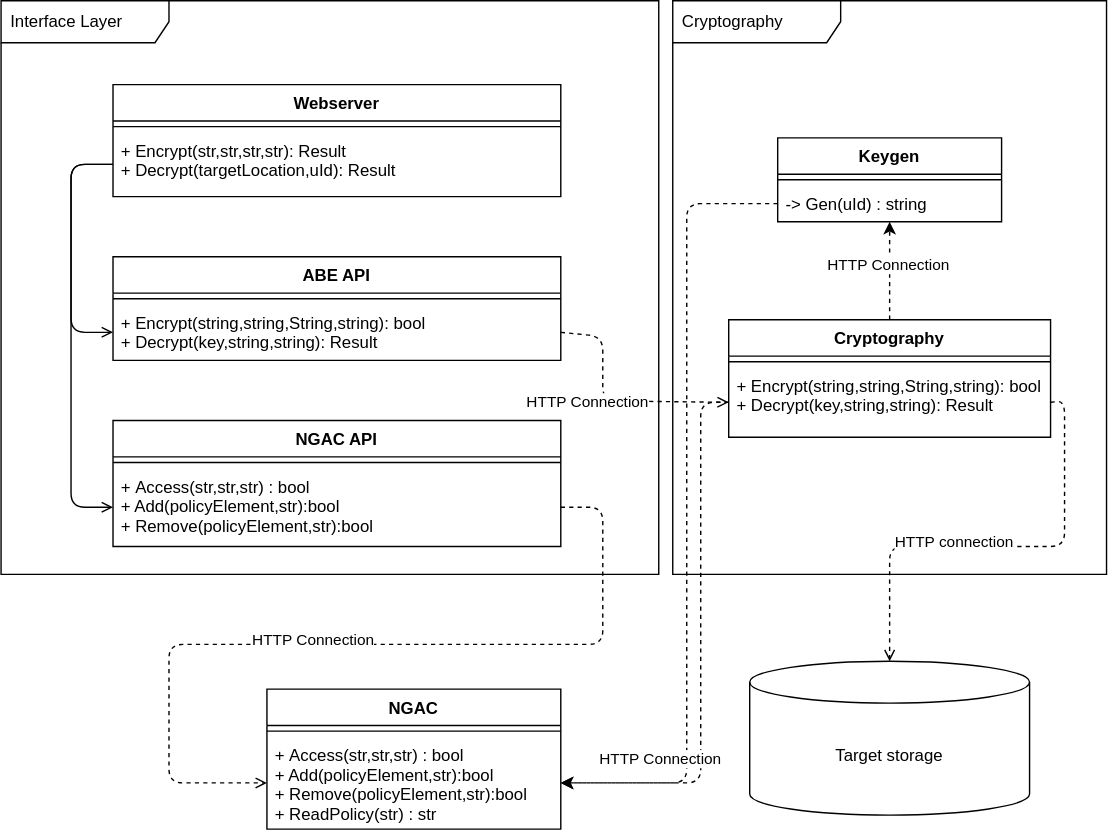
Before: docs/design/system/system_design.drawio.svg, a diagram exported from draw.io (ivajon/NGAC_ABE). Source tidied: cells renumbered, new cells last; positions are measured from the earlier drawing's top-left corner, leaving out a move shared by most shapes.
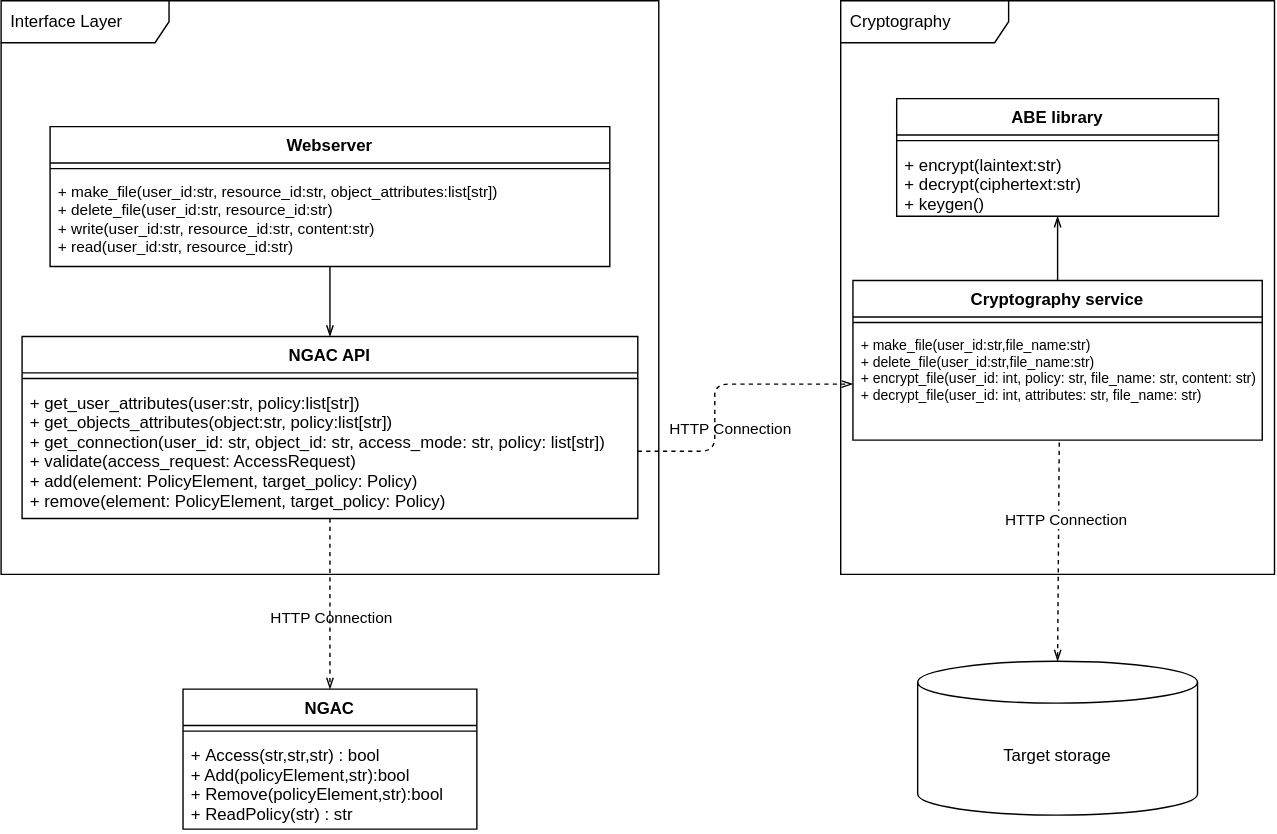
Later version of the same file.

The edit, as a diff of the source:
```diff
@@ -3,67 +3,52 @@
     <mxCell id="0" />
     <mxCell id="1" parent="0" />
     <mxCell id="2" value="Interface Layer" style="shape=umlFrame;whiteSpace=wrap;html=1;width=120;height=30;boundedLbl=1;verticalAlign=middle;align=left;spacingLeft=5;" parent="1" vertex="1">
-      <mxGeometry width="470" height="410" as="geometry" />
+      <mxGeometry x="100" y="68" width="470" height="410" as="geometry" />
     </mxCell>
+    <mxCell id="36" style="edgeStyle=none;html=1;exitX=0.5;exitY=1;exitDx=0;exitDy=0;entryX=0.5;entryY=0;entryDx=0;entryDy=0;fontSize=11;endArrow=openThin;endFill=0;" parent="1" edge="1" source="3" target="6">
+      <mxGeometry relative="1" as="geometry" />
+    </mxCell>
     <mxCell id="3" value="Webserver" style="swimlane;fontStyle=1;align=center;verticalAlign=top;horizontal=1;startSize=26;" parent="1" vertex="1">
-      <mxGeometry x="80" y="60" width="320" height="80" as="geometry" />
+      <mxGeometry x="135" y="158" width="400" height="100" as="geometry" />
     </mxCell>
-    <mxCell id="4" style="line;strokeWidth=1;fillColor=none;align=left;verticalAlign=middle;spacingTop=-1;spacingLeft=3;spacingRight=3;labelPosition=right;" parent="3" vertex="1">
-      <mxGeometry y="26" width="320" height="8" as="geometry" />
-    </mxCell>
-    <mxCell id="5" value="+ Encrypt(str,str,str,str): Result&#10;+ Decrypt(targetLocation,uId): Result" style="text;strokeColor=none;fillColor=none;align=left;verticalAlign=top;spacingLeft=4;spacingRight=4;overflow=hidden;points=[[0,0.5],[1,0.5]];portConstraint=eastwest;" parent="3" vertex="1">
-      <mxGeometry y="34" width="320" height="46" as="geometry" />
-    </mxCell>
+    <mxCell id="37" style="line;strokeWidth=1;fillColor=none;align=left;verticalAlign=middle;spacingTop=-1;spacingLeft=3;spacingRight=3;labelPosition=right;" parent="3" vertex="1">
+      <mxGeometry y="26" width="400" height="8" as="geometry" />
+    </mxCell>
+    <mxCell id="38" value="+ make_file(user_id:str, resource_id:str, object_attributes:list[str])&#10;+ delete_file(user_id:str, resource_id:str)&#10;+ write(user_id:str, resource_id:str, content:str)&#10;+ read(user_id:str, resource_id:str)" style="text;strokeColor=none;fillColor=none;align=left;verticalAlign=top;spacingLeft=4;spacingRight=4;overflow=hidden;fontSize=11;" parent="3" vertex="1">
+      <mxGeometry y="34" width="400" height="66" as="geometry" />
+    </mxCell>
     <mxCell id="6" value="NGAC API" style="swimlane;fontStyle=1;align=center;verticalAlign=top;horizontal=1;startSize=26;" parent="1" vertex="1">
-      <mxGeometry x="80" y="300" width="320" height="90" as="geometry" />
+      <mxGeometry x="115" y="308" width="440" height="130" as="geometry" />
     </mxCell>
-    <mxCell id="7" style="line;strokeWidth=1;fillColor=none;align=left;verticalAlign=middle;spacingTop=-1;spacingLeft=3;spacingRight=3;labelPosition=right;" parent="6" vertex="1">
-      <mxGeometry y="26" width="320" height="8" as="geometry" />
-    </mxCell>
-    <mxCell id="8" value="+ Access(str,str,str) : bool&#10;+ Add(policyElement,str):bool&#10;+ Remove(policyElement,str):bool&#10;" style="text;strokeColor=none;fillColor=none;align=left;verticalAlign=top;spacingLeft=4;spacingRight=4;overflow=hidden;points=[[0,0.5],[1,0.5]];portConstraint=eastwest;" parent="6" vertex="1">
-      <mxGeometry y="34" width="320" height="56" as="geometry" />
-    </mxCell>
-    <mxCell id="9" value="ABE API" style="swimlane;fontStyle=1;align=center;verticalAlign=top;horizontal=1;startSize=26;" parent="1" vertex="1">
-      <mxGeometry x="80" y="183" width="320" height="74" as="geometry" />
-    </mxCell>
-    <mxCell id="10" style="line;strokeWidth=1;fillColor=none;align=left;verticalAlign=middle;spacingTop=-1;spacingLeft=3;spacingRight=3;labelPosition=right;" parent="9" vertex="1">
-      <mxGeometry y="26" width="320" height="8" as="geometry" />
-    </mxCell>
-    <mxCell id="11" value="+ Encrypt(string,string,String,string): bool&#10;+ Decrypt(key,string,string): Result" style="text;strokeColor=none;fillColor=none;align=left;verticalAlign=top;spacingLeft=4;spacingRight=4;overflow=hidden;points=[[0,0.5],[1,0.5]];portConstraint=eastwest;" parent="9" vertex="1">
-      <mxGeometry y="34" width="320" height="40" as="geometry" />
-    </mxCell>
+    <mxCell id="39" style="line;strokeWidth=1;fillColor=none;align=left;verticalAlign=middle;spacingTop=-1;spacingLeft=3;spacingRight=3;labelPosition=right;" parent="6" vertex="1">
+      <mxGeometry y="26" width="440" height="8" as="geometry" />
+    </mxCell>
+    <mxCell id="40" value="+ get_user_attributes(user:str, policy:list[str])&#10;+ get_objects_attributes(object:str, policy:list[str])&#10;+ get_connection(user_id: str, object_id: str, access_mode: str, policy: list[str])&#10;+ validate(access_request: AccessRequest)&#10;+ add(element: PolicyElement, target_policy: Policy)&#10;+ remove(element: PolicyElement, target_policy: Policy)" style="text;strokeColor=none;fillColor=none;align=left;verticalAlign=top;spacingLeft=4;spacingRight=4;overflow=hidden;points=[[0,0.5],[1,0.5]];portConstraint=eastwest;" parent="6" vertex="1">
+      <mxGeometry y="34" width="440" height="96" as="geometry" />
+    </mxCell>
     <mxCell id="12" value="Cryptography" style="shape=umlFrame;whiteSpace=wrap;html=1;width=120;height=30;boundedLbl=1;verticalAlign=middle;align=left;spacingLeft=5;" parent="1" vertex="1">
-      <mxGeometry x="480" width="310" height="410" as="geometry" />
+      <mxGeometry x="700" y="68" width="310" height="410" as="geometry" />
     </mxCell>
     <mxCell id="13" value="&lt;span&gt;Target storage&lt;/span&gt;" style="shape=cylinder3;whiteSpace=wrap;html=1;boundedLbl=1;backgroundOutline=1;size=15;" parent="1" vertex="1">
-      <mxGeometry x="535" y="472" width="200" height="110" as="geometry" />
+      <mxGeometry x="755" y="540" width="200" height="110" as="geometry" />
     </mxCell>
-    <mxCell id="14" value="Keygen" style="swimlane;fontStyle=1;align=center;verticalAlign=top;horizontal=1;startSize=26;" parent="1" vertex="1">
-      <mxGeometry x="555" y="98" width="160" height="60" as="geometry" />
-    </mxCell>
-    <mxCell id="15" style="line;strokeWidth=1;fillColor=none;align=left;verticalAlign=middle;spacingTop=-1;spacingLeft=3;spacingRight=3;labelPosition=right;" parent="14" vertex="1">
-      <mxGeometry y="26" width="160" height="8" as="geometry" />
-    </mxCell>
-    <mxCell id="16" value="-&gt; Gen(uId) : string" style="text;strokeColor=none;fillColor=none;align=left;verticalAlign=top;spacingLeft=4;spacingRight=4;overflow=hidden;points=[[0,0.5],[1,0.5]];portConstraint=eastwest;" parent="14" vertex="1">
-      <mxGeometry y="34" width="160" height="26" as="geometry" />
-    </mxCell>
-    <mxCell id="17" style="edgeStyle=none;html=1;exitX=0.5;exitY=0;exitDx=0;exitDy=0;entryX=0.5;entryY=1;entryDx=0;entryDy=0;dashed=1;" parent="1" edge="1" source="19" target="14">
-      <mxGeometry relative="1" as="geometry" />
-    </mxCell>
-    <mxCell id="18" value="HTTP Connection" style="edgeLabel;html=1;align=center;verticalAlign=middle;" parent="17" vertex="1">
-      <mxGeometry x="0.11" y="1" relative="1" as="geometry" />
-    </mxCell>
-    <mxCell id="19" value="Cryptography" style="swimlane;fontStyle=1;align=center;verticalAlign=top;horizontal=1;startSize=26;" parent="1" vertex="1">
-      <mxGeometry x="520" y="228" width="230" height="84" as="geometry" />
-    </mxCell>
-    <mxCell id="20" style="line;strokeWidth=1;fillColor=none;align=left;verticalAlign=middle;spacingTop=-1;spacingLeft=3;spacingRight=3;labelPosition=right;" parent="19" vertex="1">
-      <mxGeometry y="26" width="230" height="8" as="geometry" />
-    </mxCell>
-    <mxCell id="21" value="+ Encrypt(string,string,String,string): bool&#10;+ Decrypt(key,string,string): Result" style="text;strokeColor=none;fillColor=none;align=left;verticalAlign=top;spacingLeft=4;spacingRight=4;overflow=hidden;points=[[0,0.5],[1,0.5]];portConstraint=eastwest;" parent="19" vertex="1">
-      <mxGeometry y="34" width="230" height="50" as="geometry" />
-    </mxCell>
+    <mxCell id="41" style="edgeStyle=none;html=1;entryX=0.5;entryY=0;entryDx=0;entryDy=0;entryPerimeter=0;dashed=1;endArrow=openThin;endFill=0;exitX=0.504;exitY=1.021;exitDx=0;exitDy=0;exitPerimeter=0;" parent="1" edge="1" source="45" target="13">
+      <mxGeometry relative="1" as="geometry" />
+    </mxCell>
+    <mxCell id="42" style="edgeStyle=none;html=1;exitX=0.5;exitY=0;exitDx=0;exitDy=0;entryX=0.5;entryY=1;entryDx=0;entryDy=0;endArrow=openThin;endFill=0;" parent="1" edge="1" source="43" target="49">
+      <mxGeometry relative="1" as="geometry" />
+    </mxCell>
+    <mxCell id="43" value="Cryptography service" style="swimlane;fontStyle=1;align=center;verticalAlign=top;horizontal=1;startSize=26;" parent="1" vertex="1">
+      <mxGeometry x="708.8" y="268" width="292.5" height="114" as="geometry" />
+    </mxCell>
+    <mxCell id="44" style="line;strokeWidth=1;fillColor=none;align=left;verticalAlign=middle;spacingTop=-1;spacingLeft=3;spacingRight=3;labelPosition=right;" parent="43" vertex="1">
+      <mxGeometry y="26" width="292.5" height="8" as="geometry" />
+    </mxCell>
+    <mxCell id="45" value="+ make_file(user_id:str,file_name:str)&#10;+ delete_file(user_id:str,file_name:str)&#10;+ encrypt_file(user_id: int, policy: str, file_name: str, content: str)&#10;+ decrypt_file(user_id: int, attributes: str, file_name: str)" style="text;strokeColor=none;fillColor=none;align=left;verticalAlign=top;spacingLeft=4;spacingRight=4;overflow=hidden;points=[[0,0.5],[1,0.5]];portConstraint=eastwest;fontSize=10;" parent="43" vertex="1">
+      <mxGeometry y="34" width="292.5" height="80" as="geometry" />
+    </mxCell>
     <mxCell id="22" value="NGAC" style="swimlane;fontStyle=1;align=center;verticalAlign=top;horizontal=1;startSize=26;" parent="1" vertex="1">
-      <mxGeometry x="190" y="492" width="210" height="100" as="geometry" />
+      <mxGeometry x="230" y="560" width="210" height="100" as="geometry" />
     </mxCell>
     <mxCell id="23" style="line;strokeWidth=1;fillColor=none;align=left;verticalAlign=middle;spacingTop=-1;spacingLeft=3;spacingRight=3;labelPosition=right;" parent="22" vertex="1">
       <mxGeometry y="26" width="210" height="8" as="geometry" />
@@ -71,83 +56,35 @@
     <mxCell id="24" value="+ Access(str,str,str) : bool&#10;+ Add(policyElement,str):bool&#10;+ Remove(policyElement,str):bool&#10;+ ReadPolicy(str) : str&#10;" style="text;strokeColor=none;fillColor=none;align=left;verticalAlign=top;spacingLeft=4;spacingRight=4;overflow=hidden;points=[[0,0.5],[1,0.5]];portConstraint=eastwest;" parent="22" vertex="1">
       <mxGeometry y="34" width="210" height="66" as="geometry" />
     </mxCell>
-    <mxCell id="25" style="edgeStyle=none;html=1;exitX=1;exitY=0.5;exitDx=0;exitDy=0;entryX=0;entryY=0.5;entryDx=0;entryDy=0;dashed=1;endArrow=open;endFill=0;" parent="1" edge="1" source="11" target="21">
-      <mxGeometry relative="1" as="geometry">
-        <Array as="points">
-          <mxPoint x="430" y="240" />
-          <mxPoint x="430" y="286" />
-        </Array>
-      </mxGeometry>
-    </mxCell>
-    <mxCell id="26" value="HTTP Connection" style="edgeLabel;html=1;align=center;verticalAlign=middle;" parent="25" vertex="1">
-      <mxGeometry x="0.26" y="1" relative="1" as="geometry">
-        <mxPoint x="-40" y="1" as="offset" />
-      </mxGeometry>
-    </mxCell>
-    <mxCell id="27" style="edgeStyle=none;html=1;entryX=0;entryY=0.5;entryDx=0;entryDy=0;dashed=1;endArrow=open;endFill=0;" parent="1" edge="1" target="24">
-      <mxGeometry relative="1" as="geometry">
-        <mxPoint x="400" y="362" as="sourcePoint" />
-        <Array as="points">
-          <mxPoint x="430" y="362" />
-          <mxPoint x="430" y="460" />
-          <mxPoint x="120" y="460" />
-          <mxPoint x="120" y="559" />
-        </Array>
-      </mxGeometry>
-    </mxCell>
-    <mxCell id="28" value="HTTP Connection" style="edgeLabel;html=1;align=center;verticalAlign=middle;" parent="27" vertex="1">
-      <mxGeometry x="0.11" y="-3" relative="1" as="geometry" />
-    </mxCell>
-    <mxCell id="29" style="edgeStyle=none;html=1;exitX=1;exitY=0.5;exitDx=0;exitDy=0;entryX=0.5;entryY=0;entryDx=0;entryDy=0;entryPerimeter=0;dashed=1;endArrow=open;endFill=0;" parent="1" edge="1" source="21" target="13">
-      <mxGeometry relative="1" as="geometry">
-        <Array as="points">
-          <mxPoint x="760" y="286" />
-          <mxPoint x="760" y="390" />
-          <mxPoint x="635" y="390" />
-        </Array>
-      </mxGeometry>
-    </mxCell>
-    <mxCell id="30" value="HTTP connection" style="edgeLabel;html=1;align=center;verticalAlign=middle;" parent="29" vertex="1">
-      <mxGeometry x="0.34" y="3" relative="1" as="geometry">
-        <mxPoint x="22" y="-6" as="offset" />
-      </mxGeometry>
-    </mxCell>
-    <mxCell id="31" style="edgeStyle=none;html=1;exitX=0;exitY=0.5;exitDx=0;exitDy=0;entryX=0;entryY=0.5;entryDx=0;entryDy=0;endArrow=open;endFill=0;" parent="1" edge="1" source="5" target="11">
-      <mxGeometry relative="1" as="geometry">
-        <Array as="points">
-          <mxPoint x="50" y="117" />
-          <mxPoint x="50" y="237" />
-        </Array>
-      </mxGeometry>
-    </mxCell>
-    <mxCell id="32" style="edgeStyle=none;html=1;exitX=0;exitY=0.5;exitDx=0;exitDy=0;entryX=0;entryY=0.5;entryDx=0;entryDy=0;endArrow=open;endFill=0;" parent="1" edge="1" source="5" target="8">
-      <mxGeometry relative="1" as="geometry">
-        <Array as="points">
-          <mxPoint x="50" y="117" />
-          <mxPoint x="50" y="362" />
-        </Array>
-      </mxGeometry>
-    </mxCell>
-    <mxCell id="33" style="edgeStyle=none;html=1;exitX=0;exitY=0.5;exitDx=0;exitDy=0;entryX=1;entryY=0.5;entryDx=0;entryDy=0;dashed=1;" parent="1" edge="1" source="16" target="24">
-      <mxGeometry relative="1" as="geometry">
-        <Array as="points">
-          <mxPoint x="490" y="145" />
-          <mxPoint x="490" y="559" />
-        </Array>
-      </mxGeometry>
-    </mxCell>
-    <mxCell id="34" style="edgeStyle=none;html=1;exitX=0;exitY=0.5;exitDx=0;exitDy=0;entryX=1;entryY=0.5;entryDx=0;entryDy=0;dashed=1;" parent="1" edge="1" source="21" target="24">
-      <mxGeometry relative="1" as="geometry">
-        <Array as="points">
-          <mxPoint x="500" y="287" />
-          <mxPoint x="500" y="559" />
-        </Array>
-      </mxGeometry>
-    </mxCell>
-    <mxCell id="35" value="HTTP Connection" style="edgeLabel;html=1;align=center;verticalAlign=middle;" parent="34" vertex="1">
-      <mxGeometry x="0.81" y="3" relative="1" as="geometry">
-        <mxPoint x="33" y="-20" as="offset" />
-      </mxGeometry>
-    </mxCell>
+    <mxCell id="46" value="HTTP Connection" style="edgeLabel;html=1;align=center;verticalAlign=middle;" parent="1" vertex="1">
+      <mxGeometry x="620" y="373" as="geometry" />
+    </mxCell>
+    <mxCell id="47" value="HTTP Connection" style="edgeLabel;html=1;align=center;verticalAlign=middle;" parent="1" vertex="1">
+      <mxGeometry x="860" y="438" as="geometry" />
+    </mxCell>
+    <mxCell id="48" value="HTTP Connection" style="edgeLabel;html=1;align=center;verticalAlign=middle;" parent="1" vertex="1">
+      <mxGeometry x="335" y="508" as="geometry" />
+    </mxCell>
+    <mxCell id="49" value="ABE library" style="swimlane;fontStyle=1;align=center;verticalAlign=top;horizontal=1;startSize=26;" parent="1" vertex="1">
+      <mxGeometry x="740" y="138" width="230" height="84" as="geometry" />
+    </mxCell>
+    <mxCell id="20" style="line;strokeWidth=1;fillColor=none;align=left;verticalAlign=middle;spacingTop=-1;spacingLeft=3;spacingRight=3;labelPosition=right;" parent="49" vertex="1">
+      <mxGeometry y="26" width="230" height="8" as="geometry" />
+    </mxCell>
+    <mxCell id="50" value="+ encrypt(laintext:str)&#10;+ decrypt(ciphertext:str)&#10;+ keygen()" style="text;strokeColor=none;fillColor=none;align=left;verticalAlign=top;spacingLeft=4;spacingRight=4;overflow=hidden;" parent="49" vertex="1">
+      <mxGeometry y="34" width="230" height="50" as="geometry" />
+    </mxCell>
+    <mxCell id="51" style="edgeStyle=none;html=1;dashed=1;endArrow=openThin;endFill=0;entryX=0.5;entryY=0;entryDx=0;entryDy=0;exitX=0.5;exitY=1;exitDx=0;exitDy=0;exitPerimeter=0;" parent="1" edge="1" source="40" target="22">
+      <mxGeometry relative="1" as="geometry" />
+    </mxCell>
+    <mxCell id="52" style="edgeStyle=none;html=1;exitX=1;exitY=0.5;exitDx=0;exitDy=0;entryX=0;entryY=0.5;entryDx=0;entryDy=0;fontSize=11;endArrow=openThin;endFill=0;dashed=1;" parent="1" edge="1" source="40" target="45">
+      <mxGeometry relative="1" as="geometry">
+        <Array as="points">
+          <mxPoint x="610" y="390" />
+          <mxPoint x="610" y="368" />
+          <mxPoint x="610" y="342" />
+        </Array>
+      </mxGeometry>
+    </mxCell>
   </root>
 </mxGraphModel>
```
